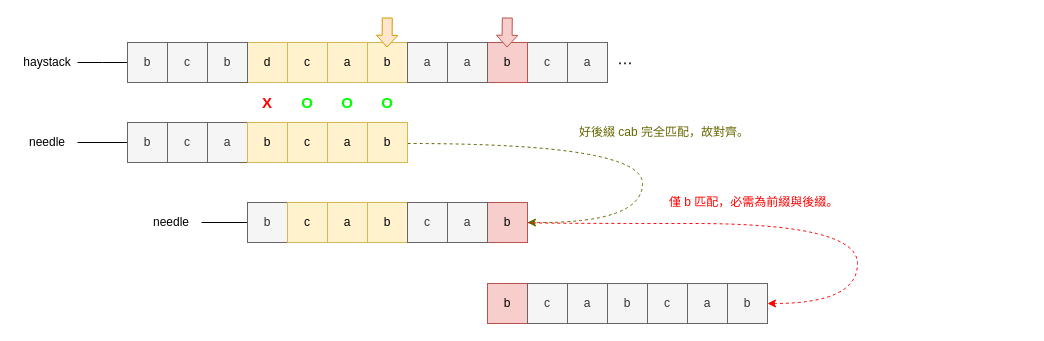
Above: page "第 1 页" (1 of 4) of docs/0028_find_the_index_of_the_first_occurrence_in_a_string_bm_gs.drawio in rickbsr/example-leetcode (draw.io), before the change. Source tidied: cells renumbered, new cells numbered last; positions are measured from the earlier drawing's top-left corner, leaving out a move shared by most shapes. Both pictures are drawn from the tidied source at 100%, with x=0, y=0 at pixel (17, 17).
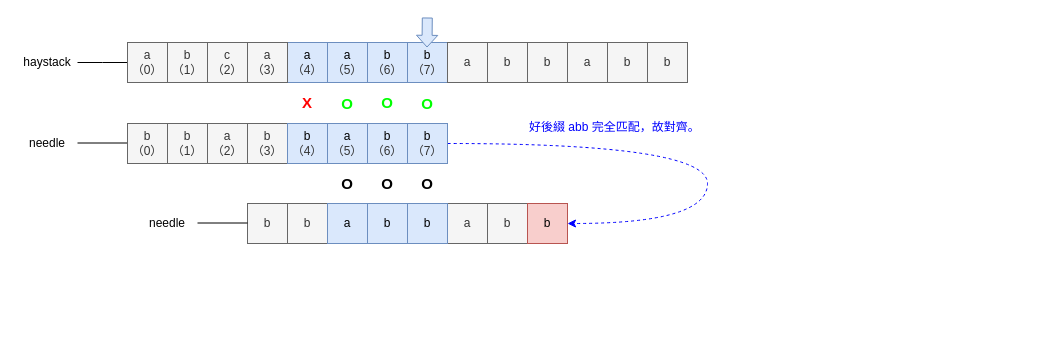
The same diagram, later.

The edit, as a diff of the source:
```diff
@@
+    <mxCell id="52" value="&lt;font&gt;&lt;b&gt;O&lt;/b&gt;&lt;/font&gt;" style="rounded=0;whiteSpace=wrap;html=1;fontSize=15;strokeColor=none;fontColor=#000000;" parent="1" vertex="1">
+      <mxGeometry x="390" y="146" width="40" height="40" as="geometry" />
+    </mxCell>
+    <mxCell id="3" value="&lt;font&gt;&lt;b&gt;O&lt;/b&gt;&lt;/font&gt;" style="rounded=0;whiteSpace=wrap;html=1;fontSize=15;strokeColor=none;fontColor=#00FF00;" parent="1" vertex="1">
+      <mxGeometry x="310" y="66" width="40" height="40" as="geometry" />
+    </mxCell>
     <mxCell id="2" value="&lt;font color=&quot;#ff0000&quot; style=&quot;font-size: 15px;&quot;&gt;&lt;b style=&quot;&quot;&gt;X&lt;/b&gt;&lt;/font&gt;" style="rounded=0;whiteSpace=wrap;html=1;fontSize=15;strokeColor=none;" parent="1" vertex="1">
-      <mxGeometry x="230" y="65" width="40" height="40" as="geometry" />
+      <mxGeometry x="270" y="65" width="40" height="40" as="geometry" />
     </mxCell>
-    <mxCell id="3" value="&lt;font&gt;&lt;b&gt;O&lt;/b&gt;&lt;/font&gt;" style="rounded=0;whiteSpace=wrap;html=1;fontSize=15;strokeColor=none;fontColor=#00FF00;" parent="1" vertex="1">
-      <mxGeometry x="310" y="65" width="40" height="40" as="geometry" />
-    </mxCell>
+    <mxCell id="5" value="&lt;font&gt;&lt;b&gt;O&lt;/b&gt;&lt;/font&gt;" style="rounded=0;whiteSpace=wrap;html=1;fontSize=15;strokeColor=none;fontColor=#00FF00;" parent="1" vertex="1">
+      <mxGeometry x="390" y="66" width="40" height="40" as="geometry" />
+    </mxCell>
@@
-    <mxCell id="5" value="&lt;font&gt;&lt;b&gt;O&lt;/b&gt;&lt;/font&gt;" style="rounded=0;whiteSpace=wrap;html=1;fontSize=15;strokeColor=none;fontColor=#00FF00;" parent="1" vertex="1">
-      <mxGeometry x="270" y="65" width="40" height="40" as="geometry" />
-    </mxCell>
-    <mxCell id="6" value="c" style="rounded=0;whiteSpace=wrap;html=1;fillColor=#f5f5f5;strokeColor=#666666;fontColor=#333333;" parent="1" vertex="1">
-      <mxGeometry x="510" y="25" width="40" height="40" as="geometry" />
-    </mxCell>
+    <mxCell id="20" value="b&lt;br style=&quot;color: rgb(51, 51, 51);&quot;&gt;&lt;span style=&quot;color: rgb(51, 51, 51);&quot;&gt;（7）&lt;/span&gt;" style="rounded=0;whiteSpace=wrap;html=1;fillColor=#dae8fc;strokeColor=#6c8ebf;" parent="1" vertex="1">
+      <mxGeometry x="390" y="25" width="40" height="40" as="geometry" />
+    </mxCell>
+    <mxCell id="53" value="&lt;font&gt;&lt;b&gt;O&lt;/b&gt;&lt;/font&gt;" style="rounded=0;whiteSpace=wrap;html=1;fontSize=15;strokeColor=none;fontColor=#000000;" parent="1" vertex="1">
+      <mxGeometry x="350" y="146" width="40" height="40" as="geometry" />
+    </mxCell>
+    <mxCell id="54" value="&lt;font&gt;&lt;b&gt;O&lt;/b&gt;&lt;/font&gt;" style="rounded=0;whiteSpace=wrap;html=1;fontSize=15;strokeColor=none;fontColor=#000000;" parent="1" vertex="1">
+      <mxGeometry x="310" y="146" width="40" height="40" as="geometry" />
+    </mxCell>
-    <mxCell id="7" value="c" style="rounded=0;whiteSpace=wrap;html=1;fillColor=#fff2cc;strokeColor=#d6b656;" parent="1" vertex="1">
+    <mxCell id="7" value="a&lt;br style=&quot;color: rgb(51, 51, 51);&quot;&gt;&lt;span style=&quot;color: rgb(51, 51, 51);&quot;&gt;（4）&lt;/span&gt;" style="rounded=0;whiteSpace=wrap;html=1;fillColor=#dae8fc;strokeColor=#6c8ebf;" parent="1" vertex="1">
       <mxGeometry x="270" y="25" width="40" height="40" as="geometry" />
     </mxCell>
-    <mxCell id="8" value="d" style="rounded=0;whiteSpace=wrap;html=1;fillColor=#fff2cc;strokeColor=#d6b656;" parent="1" vertex="1">
+    <mxCell id="8" value="a&lt;br&gt;（3）" style="rounded=0;whiteSpace=wrap;html=1;fillColor=#f5f5f5;strokeColor=#666666;fontColor=#333333;" parent="1" vertex="1">
       <mxGeometry x="230" y="25" width="40" height="40" as="geometry" />
     </mxCell>
@@
     <mxCell id="11" style="edgeStyle=orthogonalEdgeStyle;rounded=0;orthogonalLoop=1;jettySize=auto;html=1;exitX=1;exitY=0.5;exitDx=0;exitDy=0;entryX=0;entryY=0.5;entryDx=0;entryDy=0;endArrow=none;endFill=0;" parent="1" edge="1">
       <mxGeometry relative="1" as="geometry">
-        <mxPoint x="60" y="125" as="sourcePoint" />
-        <mxPoint x="110" y="125" as="targetPoint" />
+        <mxPoint x="60" y="125.5" as="sourcePoint" />
+        <mxPoint x="110" y="125.5" as="targetPoint" />
       </mxGeometry>
     </mxCell>
     <mxCell id="12" value="needle" style="text;html=1;strokeColor=none;fillColor=none;align=center;verticalAlign=middle;whiteSpace=wrap;rounded=0;" parent="1" vertex="1">
-      <mxGeometry y="110" width="60" height="30" as="geometry" />
+      <mxGeometry y="111" width="60" height="30" as="geometry" />
     </mxCell>
-    <mxCell id="13" value="b" style="rounded=0;whiteSpace=wrap;html=1;fillColor=#f8cecc;strokeColor=#b85450;" parent="1" vertex="1">
+    <mxCell id="13" value="b" style="rounded=0;whiteSpace=wrap;html=1;fillColor=#f5f5f5;strokeColor=#666666;fontColor=#333333;" parent="1" vertex="1">
       <mxGeometry x="470" y="25" width="40" height="40" as="geometry" />
     </mxCell>
-    <mxCell id="14" value="b" style="rounded=0;whiteSpace=wrap;html=1;fillColor=#f5f5f5;strokeColor=#666666;fontColor=#333333;" parent="1" vertex="1">
+    <mxCell id="14" value="c&lt;br&gt;（2）" style="rounded=0;whiteSpace=wrap;html=1;fillColor=#f5f5f5;strokeColor=#666666;fontColor=#333333;" parent="1" vertex="1">
       <mxGeometry x="190" y="25" width="40" height="40" as="geometry" />
     </mxCell>
-    <mxCell id="15" style="edgeStyle=orthogonalEdgeStyle;rounded=0;orthogonalLoop=1;jettySize=auto;html=1;exitX=1;exitY=0.5;exitDx=0;exitDy=0;entryX=0;entryY=0.5;entryDx=0;entryDy=0;endArrow=none;endFill=0;" parent="1" edge="1">
-      <mxGeometry relative="1" as="geometry">
-        <mxPoint x="184" y="205" as="sourcePoint" />
-        <mxPoint x="234" y="205" as="targetPoint" />
-      </mxGeometry>
-    </mxCell>
-    <mxCell id="16" value="needle" style="text;html=1;strokeColor=none;fillColor=none;align=center;verticalAlign=middle;whiteSpace=wrap;rounded=0;" parent="1" vertex="1">
-      <mxGeometry x="124" y="190" width="60" height="30" as="geometry" />
-    </mxCell>
-    <mxCell id="17" value="a" style="rounded=0;whiteSpace=wrap;html=1;fillColor=#fff2cc;strokeColor=#d6b656;" parent="1" vertex="1">
+    <mxCell id="17" value="a&lt;br style=&quot;color: rgb(51, 51, 51);&quot;&gt;&lt;span style=&quot;color: rgb(51, 51, 51);&quot;&gt;（5）&lt;/span&gt;" style="rounded=0;whiteSpace=wrap;html=1;fillColor=#dae8fc;strokeColor=#6c8ebf;" parent="1" vertex="1">
       <mxGeometry x="310" y="25" width="40" height="40" as="geometry" />
     </mxCell>
-    <mxCell id="18" value="b" style="rounded=0;whiteSpace=wrap;html=1;fillColor=#fff2cc;strokeColor=#d6b656;" parent="1" vertex="1">
+    <mxCell id="18" value="b&lt;br style=&quot;color: rgb(51, 51, 51);&quot;&gt;&lt;span style=&quot;color: rgb(51, 51, 51);&quot;&gt;（6）&lt;/span&gt;" style="rounded=0;whiteSpace=wrap;html=1;fillColor=#dae8fc;strokeColor=#6c8ebf;" parent="1" vertex="1">
       <mxGeometry x="350" y="25" width="40" height="40" as="geometry" />
     </mxCell>
-    <mxCell id="19" style="shape=flexArrow;endArrow=classic;html=1;rounded=0;endWidth=10.263157894736842;endSize=3.5605263157894735;fillColor=#f8cecc;strokeColor=#b85450;" parent="1" edge="1">
-      <mxGeometry relative="1" as="geometry">
-        <mxPoint x="489.8" as="sourcePoint" />
-        <mxPoint x="489.5" y="30" as="targetPoint" />
-      </mxGeometry>
-    </mxCell>
-    <mxCell id="20" value="a" style="rounded=0;whiteSpace=wrap;html=1;fillColor=#f5f5f5;strokeColor=#666666;fontColor=#333333;" parent="1" vertex="1">
-      <mxGeometry x="390" y="25" width="40" height="40" as="geometry" />
-    </mxCell>
@@
-    <mxCell id="22" style="endArrow=classic;html=1;rounded=0;edgeStyle=orthogonalEdgeStyle;curved=1;strokeColor=#666600;dashed=1;exitX=1;exitY=0.5;exitDx=0;exitDy=0;entryX=1;entryY=0.5;entryDx=0;entryDy=0;fontColor=#0000FF;" parent="1" edge="1" target="36">
+    <mxCell id="22" style="endArrow=classic;html=1;rounded=0;edgeStyle=orthogonalEdgeStyle;curved=1;strokeColor=#0000FF;dashed=1;exitX=1;exitY=0.5;exitDx=0;exitDy=0;fontColor=#0000FF;entryX=1;entryY=0.5;entryDx=0;entryDy=0;" parent="1" edge="1" source="31" target="60">
       <mxGeometry relative="1" as="geometry">
-        <mxPoint x="390" y="126" as="sourcePoint" />
         <Array as="points">
-          <mxPoint x="625" y="126" />
-          <mxPoint x="625" y="206" />
+          <mxPoint x="690" y="126" />
+          <mxPoint x="690" y="206" />
         </Array>
       </mxGeometry>
     </mxCell>
-    <mxCell id="23" value="&lt;font&gt;好後綴 cab 完全匹配，故對齊。&lt;br&gt;&lt;/font&gt;" style="text;html=1;strokeColor=none;fillColor=none;align=left;verticalAlign=middle;whiteSpace=wrap;rounded=0;fontColor=#666600;" parent="1" vertex="1">
-      <mxGeometry x="560" y="86" width="360" height="57.5" as="geometry" />
+    <mxCell id="23" value="&lt;font&gt;&lt;font color=&quot;#0000ff&quot;&gt;好後綴 abb 完全匹配，故對齊。&lt;/font&gt;&lt;br&gt;&lt;/font&gt;" style="text;html=1;strokeColor=none;fillColor=none;align=left;verticalAlign=middle;whiteSpace=wrap;rounded=0;fontColor=#666600;" parent="1" vertex="1">
+      <mxGeometry x="510" y="96" width="360" height="27.5" as="geometry" />
     </mxCell>
-    <mxCell id="24" style="endArrow=classic;html=1;rounded=0;entryX=1;entryY=0.5;entryDx=0;entryDy=0;edgeStyle=orthogonalEdgeStyle;curved=1;strokeColor=#FF0000;dashed=1;exitX=1;exitY=0.5;exitDx=0;exitDy=0;" parent="1" edge="1" source="36">
-      <mxGeometry relative="1" as="geometry">
-        <mxPoint x="750" y="286" as="targetPoint" />
-        <Array as="points">
-          <mxPoint x="510" y="206" />
-          <mxPoint x="840" y="206" />
-          <mxPoint x="840" y="286" />
-        </Array>
-      </mxGeometry>
-    </mxCell>
-    <mxCell id="25" value="&lt;font&gt;&lt;span style=&quot;&quot;&gt;僅 b 匹配，必需為前綴與後綴。&lt;/span&gt;&lt;br&gt;&lt;/font&gt;" style="text;html=1;strokeColor=none;fillColor=none;align=left;verticalAlign=middle;whiteSpace=wrap;rounded=0;fontColor=#FF0000;" parent="1" vertex="1">
-      <mxGeometry x="650" y="156" width="360" height="57.5" as="geometry" />
-    </mxCell>
-    <mxCell id="26" style="shape=flexArrow;endArrow=classic;html=1;rounded=0;endWidth=10.263157894736842;endSize=3.5605263157894735;fillColor=#ffe6cc;strokeColor=#d79b00;" parent="1" edge="1">
+    <mxCell id="26" style="shape=flexArrow;endArrow=classic;html=1;rounded=0;endWidth=10.263157894736842;endSize=3.5605263157894735;fillColor=#dae8fc;strokeColor=#6c8ebf;" parent="1" edge="1">
       <mxGeometry relative="1" as="geometry">
-        <mxPoint x="369.8" as="sourcePoint" />
-        <mxPoint x="369.5" y="30" as="targetPoint" />
+        <mxPoint x="409.8" as="sourcePoint" />
+        <mxPoint x="409.5" y="30" as="targetPoint" />
       </mxGeometry>
     </mxCell>
-    <mxCell id="27" value="a" style="rounded=0;whiteSpace=wrap;html=1;fillColor=#f5f5f5;strokeColor=#666666;fontColor=#333333;" parent="1" vertex="1">
-      <mxGeometry x="190" y="105" width="40" height="40" as="geometry" />
+    <mxCell id="27" value="a&lt;br style=&quot;color: rgb(51, 51, 51);&quot;&gt;&lt;span style=&quot;color: rgb(51, 51, 51);&quot;&gt;（5）&lt;/span&gt;" style="rounded=0;whiteSpace=wrap;html=1;fillColor=#dae8fc;strokeColor=#6c8ebf;" parent="1" vertex="1">
+      <mxGeometry x="310" y="106" width="40" height="40" as="geometry" />
     </mxCell>
-    <mxCell id="28" value="b" style="rounded=0;whiteSpace=wrap;html=1;fillColor=#fff2cc;strokeColor=#d6b656;" parent="1" vertex="1">
-      <mxGeometry x="230" y="105" width="40" height="40" as="geometry" />
+    <mxCell id="28" value="b&lt;br style=&quot;color: rgb(51, 51, 51);&quot;&gt;&lt;span style=&quot;color: rgb(51, 51, 51);&quot;&gt;（6）&lt;/span&gt;" style="rounded=0;whiteSpace=wrap;html=1;fillColor=#dae8fc;strokeColor=#6c8ebf;" parent="1" vertex="1">
+      <mxGeometry x="350" y="106" width="40" height="40" as="geometry" />
     </mxCell>
-    <mxCell id="29" value="b" style="rounded=0;whiteSpace=wrap;html=1;fillColor=#fff2cc;strokeColor=#d6b656;" parent="1" vertex="1">
-      <mxGeometry x="350" y="105" width="40" height="40" as="geometry" />
-    </mxCell>
-    <mxCell id="30" value="a" style="rounded=0;whiteSpace=wrap;html=1;fillColor=#fff2cc;strokeColor=#d6b656;" parent="1" vertex="1">
-      <mxGeometry x="310" y="105" width="40" height="40" as="geometry" />
-    </mxCell>
-    <mxCell id="31" value="c" style="rounded=0;whiteSpace=wrap;html=1;fillColor=#fff2cc;strokeColor=#d6b656;" parent="1" vertex="1">
-      <mxGeometry x="270" y="105" width="40" height="40" as="geometry" />
+    <mxCell id="31" value="b&lt;br style=&quot;color: rgb(51, 51, 51);&quot;&gt;&lt;span style=&quot;color: rgb(51, 51, 51);&quot;&gt;（7）&lt;/span&gt;" style="rounded=0;whiteSpace=wrap;html=1;fillColor=#dae8fc;strokeColor=#6c8ebf;" parent="1" vertex="1">
+      <mxGeometry x="390" y="106" width="40" height="40" as="geometry" />
     </mxCell>
-    <mxCell id="32" value="b" style="rounded=0;whiteSpace=wrap;html=1;fillColor=#f5f5f5;strokeColor=#666666;fontColor=#333333;" parent="1" vertex="1">
-      <mxGeometry x="110" y="105" width="40" height="40" as="geometry" />
+    <mxCell id="32" value="b&lt;br&gt;（1）" style="rounded=0;whiteSpace=wrap;html=1;fillColor=#f5f5f5;strokeColor=#666666;fontColor=#333333;" parent="1" vertex="1">
+      <mxGeometry x="150" y="106" width="40" height="40" as="geometry" />
     </mxCell>
-    <mxCell id="33" value="c" style="rounded=0;whiteSpace=wrap;html=1;fillColor=#f5f5f5;strokeColor=#666666;fontColor=#333333;" parent="1" vertex="1">
-      <mxGeometry x="150" y="105" width="40" height="40" as="geometry" />
+    <mxCell id="33" value="a&lt;br&gt;（2）" style="rounded=0;whiteSpace=wrap;html=1;fillColor=#f5f5f5;strokeColor=#666666;fontColor=#333333;" parent="1" vertex="1">
+      <mxGeometry x="190" y="106" width="40" height="40" as="geometry" />
     </mxCell>
-    <mxCell id="34" value="a" style="rounded=0;whiteSpace=wrap;html=1;fillColor=#fff2cc;strokeColor=#d6b656;" parent="1" vertex="1">
-      <mxGeometry x="310" y="185" width="40" height="40" as="geometry" />
-    </mxCell>
-    <mxCell id="35" value="b" style="rounded=0;whiteSpace=wrap;html=1;fillColor=#fff2cc;strokeColor=#d6b656;" parent="1" vertex="1">
-      <mxGeometry x="350" y="185" width="40" height="40" as="geometry" />
-    </mxCell>
-    <mxCell id="36" value="b" style="rounded=0;whiteSpace=wrap;html=1;fillColor=#f8cecc;strokeColor=#b85450;" parent="1" vertex="1">
-      <mxGeometry x="470" y="185" width="40" height="40" as="geometry" />
-    </mxCell>
-    <mxCell id="37" value="a" style="rounded=0;whiteSpace=wrap;html=1;fillColor=#f5f5f5;strokeColor=#666666;fontColor=#333333;" parent="1" vertex="1">
-      <mxGeometry x="430" y="185" width="40" height="40" as="geometry" />
-    </mxCell>
-    <mxCell id="38" value="c" style="rounded=0;whiteSpace=wrap;html=1;fillColor=#f5f5f5;strokeColor=#666666;fontColor=#333333;" parent="1" vertex="1">
-      <mxGeometry x="390" y="185" width="40" height="40" as="geometry" />
-    </mxCell>
-    <mxCell id="39" value="b" style="rounded=0;whiteSpace=wrap;html=1;fillColor=#f5f5f5;strokeColor=#666666;fontColor=#333333;" parent="1" vertex="1">
-      <mxGeometry x="230" y="185" width="40" height="40" as="geometry" />
-    </mxCell>
-    <mxCell id="40" value="c" style="rounded=0;whiteSpace=wrap;html=1;fillColor=#fff2cc;strokeColor=#d6b656;" parent="1" vertex="1">
-      <mxGeometry x="270" y="185" width="40" height="40" as="geometry" />
-    </mxCell>
-    <mxCell id="41" value="a" style="rounded=0;whiteSpace=wrap;html=1;fillColor=#f5f5f5;strokeColor=#666666;fontColor=#333333;" parent="1" vertex="1">
-      <mxGeometry x="550" y="266" width="40" height="40" as="geometry" />
-    </mxCell>
-    <mxCell id="42" value="b" style="rounded=0;whiteSpace=wrap;html=1;fillColor=#f5f5f5;strokeColor=#666666;fontColor=#333333;" parent="1" vertex="1">
-      <mxGeometry x="590" y="266" width="40" height="40" as="geometry" />
-    </mxCell>
-    <mxCell id="43" value="b" style="rounded=0;whiteSpace=wrap;html=1;fillColor=#f5f5f5;strokeColor=#666666;fontColor=#333333;" parent="1" vertex="1">
-      <mxGeometry x="710" y="266" width="40" height="40" as="geometry" />
-    </mxCell>
-    <mxCell id="44" value="a" style="rounded=0;whiteSpace=wrap;html=1;fillColor=#f5f5f5;strokeColor=#666666;fontColor=#333333;" parent="1" vertex="1">
-      <mxGeometry x="670" y="266" width="40" height="40" as="geometry" />
-    </mxCell>
-    <mxCell id="45" value="c" style="rounded=0;whiteSpace=wrap;html=1;fillColor=#f5f5f5;strokeColor=#666666;fontColor=#333333;" parent="1" vertex="1">
-      <mxGeometry x="630" y="266" width="40" height="40" as="geometry" />
-    </mxCell>
-    <mxCell id="46" value="b" style="rounded=0;whiteSpace=wrap;html=1;fillColor=#f8cecc;strokeColor=#b85450;" parent="1" vertex="1">
-      <mxGeometry x="470" y="266" width="40" height="40" as="geometry" />
-    </mxCell>
-    <mxCell id="47" value="c" style="rounded=0;whiteSpace=wrap;html=1;fillColor=#f5f5f5;strokeColor=#666666;fontColor=#333333;" parent="1" vertex="1">
-      <mxGeometry x="510" y="266" width="40" height="40" as="geometry" />
-    </mxCell>
-    <mxCell id="48" value="b" style="rounded=0;whiteSpace=wrap;html=1;fillColor=#f5f5f5;strokeColor=#666666;fontColor=#333333;" parent="1" vertex="1">
+    <mxCell id="48" value="a&lt;br&gt;（0）" style="rounded=0;whiteSpace=wrap;html=1;fillColor=#f5f5f5;strokeColor=#666666;fontColor=#333333;" parent="1" vertex="1">
       <mxGeometry x="110" y="25" width="40" height="40" as="geometry" />
     </mxCell>
-    <mxCell id="49" value="c" style="rounded=0;whiteSpace=wrap;html=1;fillColor=#f5f5f5;strokeColor=#666666;fontColor=#333333;" parent="1" vertex="1">
+    <mxCell id="49" value="b&lt;br&gt;（1）" style="rounded=0;whiteSpace=wrap;html=1;fillColor=#f5f5f5;strokeColor=#666666;fontColor=#333333;" parent="1" vertex="1">
       <mxGeometry x="150" y="25" width="40" height="40" as="geometry" />
     </mxCell>
+    <mxCell id="55" value="b&lt;br&gt;（0）" style="rounded=0;whiteSpace=wrap;html=1;fillColor=#f5f5f5;strokeColor=#666666;fontColor=#333333;" parent="1" vertex="1">
+      <mxGeometry x="110" y="106" width="40" height="40" as="geometry" />
+    </mxCell>
+    <mxCell id="56" value="b&lt;br&gt;（3）" style="rounded=0;whiteSpace=wrap;html=1;fillColor=#f5f5f5;strokeColor=#666666;fontColor=#333333;" parent="1" vertex="1">
+      <mxGeometry x="230" y="106" width="40" height="40" as="geometry" />
+    </mxCell>
+    <mxCell id="57" value="b&lt;br style=&quot;color: rgb(51, 51, 51);&quot;&gt;&lt;span style=&quot;color: rgb(51, 51, 51);&quot;&gt;（4）&lt;/span&gt;" style="rounded=0;whiteSpace=wrap;html=1;fillColor=#dae8fc;strokeColor=#6c8ebf;" parent="1" vertex="1">
+      <mxGeometry x="270" y="106" width="40" height="40" as="geometry" />
+    </mxCell>
+    <mxCell id="58" value="a" style="rounded=0;whiteSpace=wrap;html=1;fillColor=#f5f5f5;strokeColor=#666666;fontColor=#333333;" parent="1" vertex="1">
+      <mxGeometry x="430" y="186" width="40" height="40" as="geometry" />
+    </mxCell>
+    <mxCell id="59" value="b" style="rounded=0;whiteSpace=wrap;html=1;fillColor=#f5f5f5;strokeColor=#666666;fontColor=#333333;" parent="1" vertex="1">
+      <mxGeometry x="470" y="186" width="40" height="40" as="geometry" />
+    </mxCell>
+    <mxCell id="60" value="b" style="rounded=0;whiteSpace=wrap;html=1;fillColor=#f8cecc;strokeColor=#b85450;" parent="1" vertex="1">
+      <mxGeometry x="510" y="186" width="40" height="40" as="geometry" />
+    </mxCell>
+    <mxCell id="61" value="b" style="rounded=0;whiteSpace=wrap;html=1;fillColor=#f5f5f5;strokeColor=#666666;fontColor=#333333;" parent="1" vertex="1">
+      <mxGeometry x="270" y="186" width="40" height="40" as="geometry" />
+    </mxCell>
+    <mxCell id="62" value="a" style="rounded=0;whiteSpace=wrap;html=1;fillColor=#dae8fc;strokeColor=#6c8ebf;" parent="1" vertex="1">
+      <mxGeometry x="310" y="186" width="40" height="40" as="geometry" />
+    </mxCell>
+    <mxCell id="63" value="b" style="rounded=0;whiteSpace=wrap;html=1;fillColor=#f5f5f5;strokeColor=#666666;fontColor=#333333;" parent="1" vertex="1">
+      <mxGeometry x="230" y="186" width="40" height="40" as="geometry" />
+    </mxCell>
+    <mxCell id="64" value="b" style="rounded=0;whiteSpace=wrap;html=1;fillColor=#dae8fc;strokeColor=#6c8ebf;" parent="1" vertex="1">
+      <mxGeometry x="350" y="186" width="40" height="40" as="geometry" />
+    </mxCell>
+    <mxCell id="65" value="b" style="rounded=0;whiteSpace=wrap;html=1;fillColor=#dae8fc;strokeColor=#6c8ebf;" parent="1" vertex="1">
+      <mxGeometry x="390" y="186" width="40" height="40" as="geometry" />
+    </mxCell>
+    <mxCell id="66" style="edgeStyle=orthogonalEdgeStyle;rounded=0;orthogonalLoop=1;jettySize=auto;html=1;exitX=1;exitY=0.5;exitDx=0;exitDy=0;entryX=0;entryY=0.5;entryDx=0;entryDy=0;endArrow=none;endFill=0;" parent="1" edge="1">
+      <mxGeometry relative="1" as="geometry">
+        <mxPoint x="180" y="205.5" as="sourcePoint" />
+        <mxPoint x="230" y="205.5" as="targetPoint" />
+      </mxGeometry>
+    </mxCell>
+    <mxCell id="16" value="needle" style="text;html=1;strokeColor=none;fillColor=none;align=center;verticalAlign=middle;whiteSpace=wrap;rounded=0;" parent="1" vertex="1">
+      <mxGeometry x="120" y="191" width="60" height="30" as="geometry" />
+    </mxCell>
+    <mxCell id="67" value="b" style="rounded=0;whiteSpace=wrap;html=1;fillColor=#f5f5f5;strokeColor=#666666;fontColor=#333333;" parent="1" vertex="1">
+      <mxGeometry x="510" y="25" width="40" height="40" as="geometry" />
+    </mxCell>
+    <mxCell id="68" value="b" style="rounded=0;whiteSpace=wrap;html=1;fillColor=#f5f5f5;strokeColor=#666666;fontColor=#333333;" parent="1" vertex="1">
+      <mxGeometry x="590" y="25" width="40" height="40" as="geometry" />
+    </mxCell>
@@
-    <mxCell id="51" value="&lt;font style=&quot;font-size: 15px;&quot;&gt;⋯&amp;nbsp;&lt;/font&gt;" style="rounded=0;whiteSpace=wrap;html=1;fillColor=none;strokeColor=none;" parent="1" vertex="1">
-      <mxGeometry x="590" y="25" width="40" height="40" as="geometry" />
-    </mxCell>
+    <mxCell id="69" value="b" style="rounded=0;whiteSpace=wrap;html=1;fillColor=#f5f5f5;strokeColor=#666666;fontColor=#333333;" parent="1" vertex="1">
+      <mxGeometry x="630" y="25" width="40" height="40" as="geometry" />
+    </mxCell>
```
